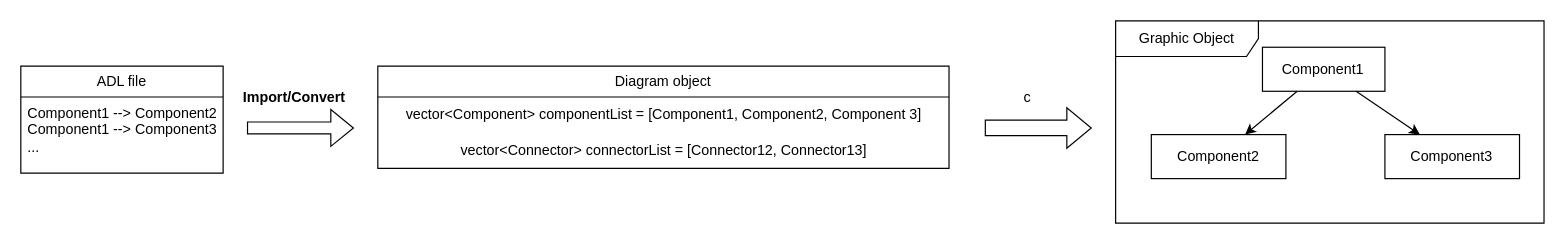
The draw.io diagram AdlWorkflow.drawio in phunm211/SW-Associate-Architecture, before the edit. Source tidied: cells renumbered, new cells numbered last; positions are measured from the earlier drawing's top-left corner, leaving out a move shared by most shapes. Both pictures are drawn from the tidied source at 119%, with x=0, y=0 at pixel (20, 20).
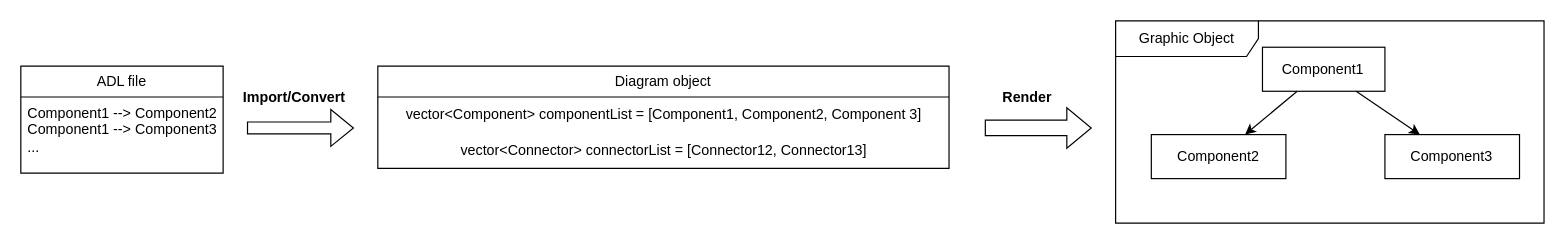
The same page after the edit.

Change to the diagram source:
```diff
@@
 <mxGraphModel>
   <root>
     <mxCell id="0" />
     <mxCell id="1" parent="0" />
     <mxCell id="2" value="ADL file" style="swimlane;fontStyle=0;horizontal=1;startSize=26;fillColor=none;whiteSpace=wrap;html=1;" parent="1" vertex="1">
       <mxGeometry y="38" width="170" height="90" as="geometry" />
     </mxCell>
     <mxCell id="3" value="Component1 --&amp;gt; Component2&lt;br&gt;Component1 --&amp;gt; Component3&lt;br&gt;..." style="text;strokeColor=none;fillColor=none;align=left;verticalAlign=top;spacingLeft=4;spacingRight=4;overflow=hidden;whiteSpace=wrap;html=1;" parent="2" vertex="1">
       <mxGeometry y="26" width="170" height="64" as="geometry" />
     </mxCell>
     <mxCell id="4" style="group;" parent="1" vertex="1">
       <mxGeometry x="920" width="360" height="170" as="geometry" />
     </mxCell>
     <mxCell id="5" value="Graphic Object" style="shape=umlFrame;whiteSpace=wrap;html=1;width=120;height=30;" parent="4" vertex="1">
       <mxGeometry width="360" height="170" as="geometry" />
     </mxCell>
     <mxCell id="6" value="Component1" style="html=1;whiteSpace=wrap;" parent="4" vertex="1">
       <mxGeometry x="123.4" y="22.2" width="102.9" height="37" as="geometry" />
     </mxCell>
     <mxCell id="7" value="Component2" style="html=1;whiteSpace=wrap;" parent="4" vertex="1">
       <mxGeometry x="30" y="95.6" width="113.1" height="37" as="geometry" />
     </mxCell>
     <mxCell id="8" style="rounded=0;jettySize=auto;html=1;" parent="4" edge="1" source="6" target="7">
       <mxGeometry relative="1" as="geometry" />
     </mxCell>
     <mxCell id="9" value="Component3" style="html=1;whiteSpace=wrap;" parent="4" vertex="1">
       <mxGeometry x="226.3" y="95.6" width="113.1" height="37" as="geometry" />
     </mxCell>
     <mxCell id="10" style="rounded=0;jettySize=auto;html=1;" parent="4" edge="1" source="6" target="9">
       <mxGeometry relative="1" as="geometry" />
     </mxCell>
     <mxCell id="11" value="Diagram object" style="swimlane;fontStyle=0;horizontal=1;startSize=26;fillColor=none;whiteSpace=wrap;html=1;" parent="1" vertex="1">
       <mxGeometry x="300" y="38" width="480" height="86" as="geometry" />
     </mxCell>
     <mxCell id="12" value="vector&amp;lt;Component&amp;gt; componentList = [Component1, Component2, Component 3]" style="text;html=1;align=center;verticalAlign=middle;strokeColor=none;fillColor=none;" parent="11" vertex="1">
       <mxGeometry y="26" width="480" height="30" as="geometry" />
     </mxCell>
     <mxCell id="13" value="vector&amp;lt;Connector&amp;gt; connectorList = [Connector12, Connector13]" style="text;html=1;align=center;verticalAlign=middle;strokeColor=none;fillColor=none;" parent="11" vertex="1">
       <mxGeometry y="56" width="480" height="30" as="geometry" />
     </mxCell>
     <mxCell id="14" style="rounded=0;orthogonalLoop=1;jettySize=auto;html=1;shape=flexArrow;" parent="1" edge="1">
       <mxGeometry relative="1" as="geometry">
         <mxPoint x="190" y="90" as="sourcePoint" />
         <mxPoint x="280" y="90" as="targetPoint" />
       </mxGeometry>
     </mxCell>
     <mxCell id="15" style="shape=flexArrow;endArrow=classic;html=1;rounded=0;width=13;endSize=6.5;" parent="1" edge="1">
       <mxGeometry relative="1" as="geometry">
         <mxPoint x="810" y="90" as="sourcePoint" />
         <mxPoint x="900" y="90" as="targetPoint" />
       </mxGeometry>
     </mxCell>
     <mxCell id="16" value="Import/Convert" style="text;html=1;strokeColor=none;fillColor=none;align=center;verticalAlign=middle;whiteSpace=wrap;rounded=0;fontStyle=1;" parent="1" vertex="1">
       <mxGeometry x="200" y="50" width="60" height="30" as="geometry" />
     </mxCell>
-    <mxCell id="17" value="c" style="text;html=1;strokeColor=none;fillColor=none;align=center;verticalAlign=middle;whiteSpace=wrap;rounded=0;" parent="1" vertex="1">
+    <mxCell id="17" value="&lt;b&gt;Render&lt;/b&gt;" style="text;html=1;strokeColor=none;fillColor=none;align=center;verticalAlign=middle;whiteSpace=wrap;rounded=0;" parent="1" vertex="1">
       <mxGeometry x="816" y="50" width="60" height="30" as="geometry" />
     </mxCell>
   </root>
 </mxGraphModel>
```
